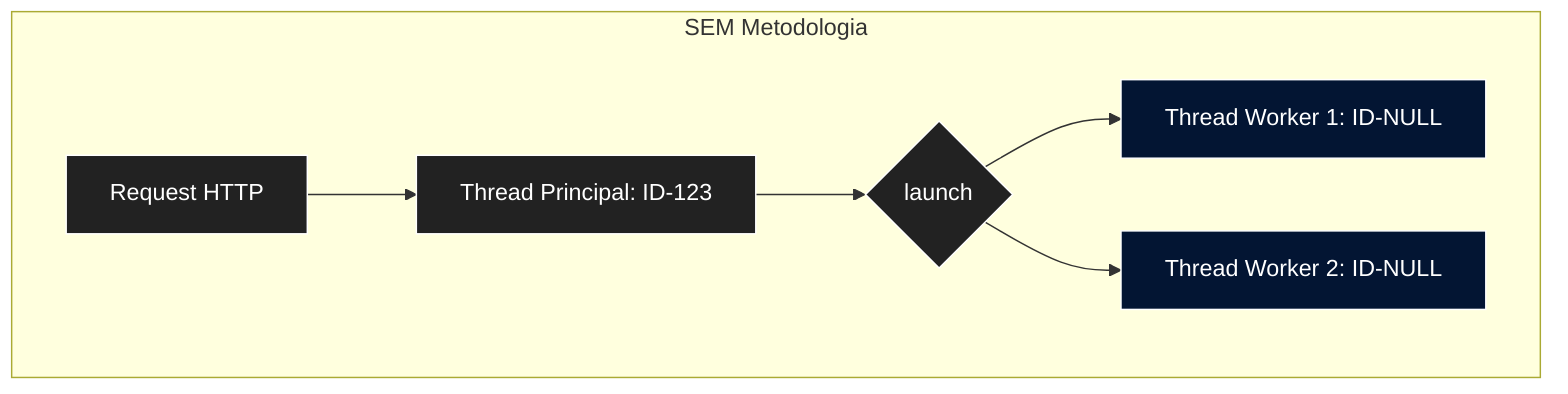
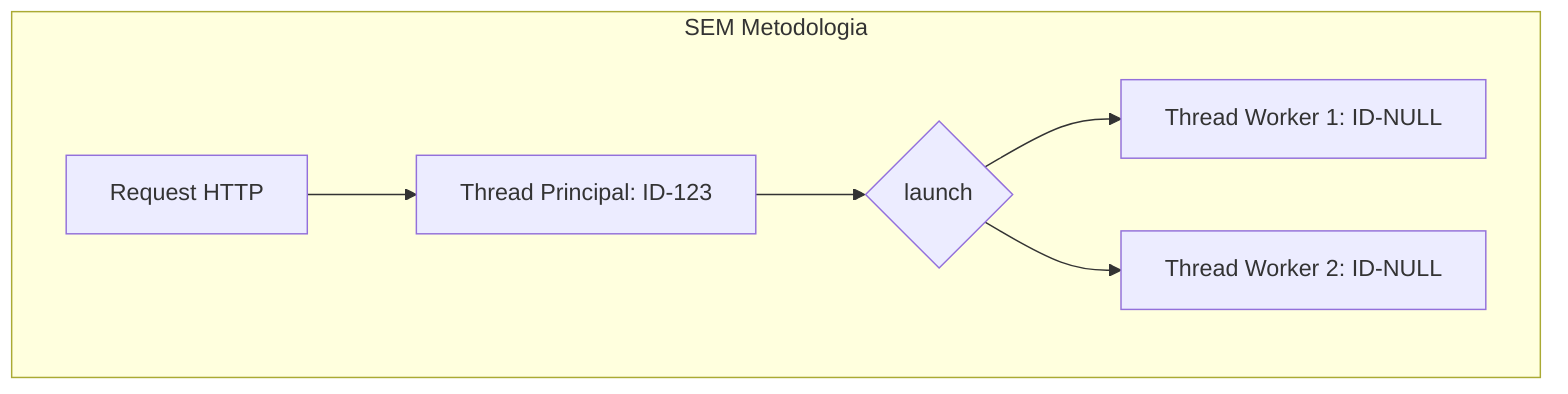
graph LR
    subgraph SEM Metodologia
        direction LR
        REQ[Request HTTP] --> TP[Thread Principal: ID-123]
        TP --> DEC{launch}

        DEC --> TW1[Thread Worker 1: ID-NULL]
        DEC --> TW2[Thread Worker 2: ID-NULL]
    end

%% Estilização
-     style REQ fill:#222,stroke:#fff,stroke-width:1px,color:#fff
-     style TP fill:#222,stroke:#fff,stroke-width:1px,color:#fff
-     style DEC fill:#222,stroke:#fff,stroke-width:1px,color:#fff
-     style TW1 fill:#031533,stroke:#fff,stroke-width:1px,color:#fff
-     style TW2 fill:#031533,stroke:#fff,stroke-width:1px,color:#fff
+ %%    style REQ fill:#222,stroke:#fff,stroke-width:1px,color:#fff
+ %%    style TP fill:#222,stroke:#fff,stroke-width:1px,color:#fff
+ %%    style DEC fill:#222,stroke:#fff,stroke-width:1px,color:#fff
+ %%    style TW1 fill:#031533,stroke:#fff,stroke-width:1px,color:#fff
+ %%    style TW2 fill:#031533,stroke:#fff,stroke-width:1px,color:#fff
